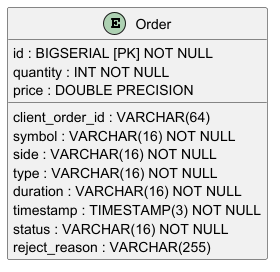
This is docs/persistance/schemas/schema_er_order-service.png from Hugo-12341234/BrokerX_MicroServices, a PlantUML export, as it was before one commit. Source of this version:
```plantuml
@startuml
entity "Order" as ord {
  id : BIGSERIAL [PK] NOT NULL
  client_order_id : VARCHAR(64)
  symbol : VARCHAR(16) NOT NULL
  side : VARCHAR(16) NOT NULL
  type : VARCHAR(16) NOT NULL
  quantity : INT NOT NULL
  price : DOUBLE PRECISION
  duration : VARCHAR(16) NOT NULL
  timestamp : TIMESTAMP(3) NOT NULL
  status : VARCHAR(16) NOT NULL
  reject_reason : VARCHAR(255)
}
@enduml
```
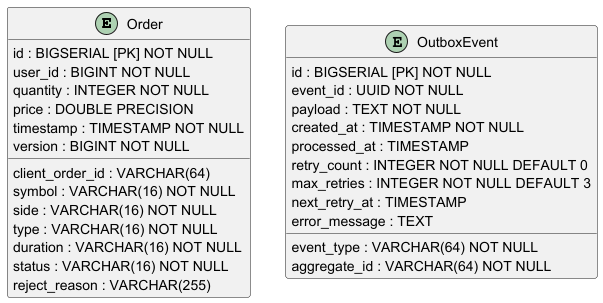
After the commit.

Change to the diagram source:
```diff
@@ -2,14 +2,30 @@
 entity "Order" as ord {
   id : BIGSERIAL [PK] NOT NULL
   client_order_id : VARCHAR(64)
+  user_id : BIGINT NOT NULL
   symbol : VARCHAR(16) NOT NULL
   side : VARCHAR(16) NOT NULL
   type : VARCHAR(16) NOT NULL
-  quantity : INT NOT NULL
+  quantity : INTEGER NOT NULL
   price : DOUBLE PRECISION
   duration : VARCHAR(16) NOT NULL
-  timestamp : TIMESTAMP(3) NOT NULL
+  timestamp : TIMESTAMP NOT NULL
   status : VARCHAR(16) NOT NULL
   reject_reason : VARCHAR(255)
+  version : BIGINT NOT NULL
+}
+
+entity "OutboxEvent" as oe {
+  id : BIGSERIAL [PK] NOT NULL
+  event_id : UUID NOT NULL
+  event_type : VARCHAR(64) NOT NULL
+  aggregate_id : VARCHAR(64) NOT NULL
+  payload : TEXT NOT NULL
+  created_at : TIMESTAMP NOT NULL
+  processed_at : TIMESTAMP
+  retry_count : INTEGER NOT NULL DEFAULT 0
+  max_retries : INTEGER NOT NULL DEFAULT 3
+  next_retry_at : TIMESTAMP
+  error_message : TEXT
 }
 @enduml
```
